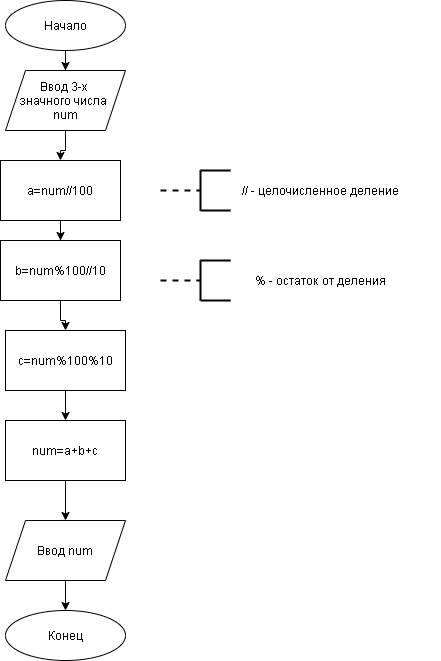
This is lesson_1/task_1.png from GDI19/algorithms_py, a draw.io export, as it was before one commit. Source tidied: cells renumbered, new cells last; positions are measured from the earlier drawing's top-left corner, leaving out a move shared by most shapes. The source it was exported from:
```xml
<mxGraphModel>
  <root>
    <mxCell id="0" />
    <mxCell id="1" parent="0" />
    <mxCell id="2" style="group;" parent="1" vertex="1">
      <mxGeometry x="5" width="120" height="50" as="geometry" />
    </mxCell>
    <mxCell id="3" style="ellipse;whiteSpace=wrap;html=1;" parent="2" vertex="1">
      <mxGeometry width="120" height="50" as="geometry" />
    </mxCell>
    <mxCell id="4" value="Начало" style="text;html=1;strokeColor=none;fillColor=none;align=center;verticalAlign=middle;whiteSpace=wrap;rounded=0;" parent="2" vertex="1">
      <mxGeometry width="120" height="50" as="geometry" />
    </mxCell>
    <mxCell id="5" style="group;" parent="1" vertex="1">
      <mxGeometry y="70" width="130" height="60" as="geometry" />
    </mxCell>
    <mxCell id="6" style="shape=parallelogram;perimeter=parallelogramPerimeter;whiteSpace=wrap;html=1;fixedSize=1;" parent="5" vertex="1">
      <mxGeometry x="5" width="120" height="60" as="geometry" />
    </mxCell>
    <mxCell id="7" value="Ввод 3-х &lt;br&gt;значного числа &lt;br&gt;num" style="text;html=1;strokeColor=none;fillColor=none;align=center;verticalAlign=middle;whiteSpace=wrap;rounded=0;" parent="5" vertex="1">
      <mxGeometry width="130" height="60" as="geometry" />
    </mxCell>
    <mxCell id="8" style="group;" parent="1" vertex="1">
      <mxGeometry y="160" width="120" height="60" as="geometry" />
    </mxCell>
    <mxCell id="9" style="rounded=0;whiteSpace=wrap;html=1;" parent="8" vertex="1">
      <mxGeometry width="120" height="60" as="geometry" />
    </mxCell>
    <mxCell id="10" value="a=num//100" style="text;html=1;strokeColor=none;fillColor=none;align=center;verticalAlign=middle;whiteSpace=wrap;rounded=0;" parent="8" vertex="1">
      <mxGeometry width="120" height="60" as="geometry" />
    </mxCell>
    <mxCell id="11" style="group;" parent="1" vertex="1">
      <mxGeometry y="240" width="120" height="60" as="geometry" />
    </mxCell>
    <mxCell id="12" style="rounded=0;whiteSpace=wrap;html=1;" parent="11" vertex="1">
      <mxGeometry width="120" height="60" as="geometry" />
    </mxCell>
    <mxCell id="13" value="b=num%100//10" style="text;html=1;strokeColor=none;fillColor=none;align=center;verticalAlign=middle;whiteSpace=wrap;rounded=0;" parent="11" vertex="1">
      <mxGeometry width="120" height="60" as="geometry" />
    </mxCell>
    <mxCell id="14" style="group;" parent="1" vertex="1">
      <mxGeometry x="160" y="170" width="280" height="40" as="geometry" />
    </mxCell>
    <mxCell id="15" style="group;" parent="14" vertex="1">
      <mxGeometry width="70" height="40" as="geometry" />
    </mxCell>
    <mxCell id="16" style="group;strokeWidth=2;" parent="15" vertex="1">
      <mxGeometry x="40" width="30" height="40" as="geometry" />
    </mxCell>
    <mxCell id="17" style="endArrow=none;html=1;strokeWidth=2;" parent="16" edge="1">
      <mxGeometry relative="1" as="geometry">
        <mxPoint y="40" as="sourcePoint" />
        <mxPoint as="targetPoint" />
      </mxGeometry>
    </mxCell>
    <mxCell id="18" style="endArrow=none;html=1;strokeWidth=2;" parent="16" edge="1">
      <mxGeometry relative="1" as="geometry">
        <mxPoint y="40" as="sourcePoint" />
        <mxPoint x="30" y="40" as="targetPoint" />
      </mxGeometry>
    </mxCell>
    <mxCell id="19" style="endArrow=none;html=1;strokeWidth=2;" parent="16" edge="1">
      <mxGeometry relative="1" as="geometry">
        <mxPoint as="sourcePoint" />
        <mxPoint x="30" as="targetPoint" />
      </mxGeometry>
    </mxCell>
    <mxCell id="20" style="endArrow=none;dashed=1;html=1;strokeWidth=2;" parent="15" edge="1">
      <mxGeometry relative="1" as="geometry">
        <mxPoint y="20" as="sourcePoint" />
        <mxPoint x="40" y="20" as="targetPoint" />
      </mxGeometry>
    </mxCell>
    <mxCell id="21" value="// - целочисленное деление" style="text;html=1;strokeColor=none;fillColor=none;align=center;verticalAlign=middle;whiteSpace=wrap;rounded=0;" parent="14" vertex="1">
      <mxGeometry x="40" width="240" height="40" as="geometry" />
    </mxCell>
    <mxCell id="22" style="group;" parent="1" vertex="1">
      <mxGeometry x="160" y="260" width="280" height="40" as="geometry" />
    </mxCell>
    <mxCell id="23" style="group;" parent="22" vertex="1">
      <mxGeometry width="70" height="40" as="geometry" />
    </mxCell>
    <mxCell id="24" style="group;strokeWidth=2;" parent="23" vertex="1">
      <mxGeometry x="40" width="30" height="40" as="geometry" />
    </mxCell>
    <mxCell id="25" style="endArrow=none;html=1;strokeWidth=2;" parent="24" edge="1">
      <mxGeometry relative="1" as="geometry">
        <mxPoint y="40" as="sourcePoint" />
        <mxPoint as="targetPoint" />
      </mxGeometry>
    </mxCell>
    <mxCell id="26" style="endArrow=none;html=1;strokeWidth=2;" parent="24" edge="1">
      <mxGeometry relative="1" as="geometry">
        <mxPoint y="40" as="sourcePoint" />
        <mxPoint x="30" y="40" as="targetPoint" />
      </mxGeometry>
    </mxCell>
    <mxCell id="27" style="endArrow=none;html=1;strokeWidth=2;" parent="24" edge="1">
      <mxGeometry relative="1" as="geometry">
        <mxPoint as="sourcePoint" />
        <mxPoint x="30" as="targetPoint" />
      </mxGeometry>
    </mxCell>
    <mxCell id="28" style="endArrow=none;dashed=1;html=1;strokeWidth=2;" parent="23" edge="1">
      <mxGeometry relative="1" as="geometry">
        <mxPoint y="20" as="sourcePoint" />
        <mxPoint x="40" y="20" as="targetPoint" />
      </mxGeometry>
    </mxCell>
    <mxCell id="29" value="% - остаток от деления" style="text;html=1;strokeColor=none;fillColor=none;align=center;verticalAlign=middle;whiteSpace=wrap;rounded=0;" parent="22" vertex="1">
      <mxGeometry x="40" width="240" height="40" as="geometry" />
    </mxCell>
    <mxCell id="30" style="group;" parent="1" vertex="1">
      <mxGeometry x="5" y="330" width="120" height="60" as="geometry" />
    </mxCell>
    <mxCell id="31" style="rounded=0;whiteSpace=wrap;html=1;" parent="30" vertex="1">
      <mxGeometry width="120" height="60" as="geometry" />
    </mxCell>
    <mxCell id="32" value="с=num%100%10" style="text;html=1;strokeColor=none;fillColor=none;align=center;verticalAlign=middle;whiteSpace=wrap;rounded=0;" parent="30" vertex="1">
      <mxGeometry width="120" height="60" as="geometry" />
    </mxCell>
    <mxCell id="33" style="group;" parent="1" vertex="1">
      <mxGeometry x="5" y="420" width="120" height="60" as="geometry" />
    </mxCell>
    <mxCell id="34" style="rounded=0;whiteSpace=wrap;html=1;" parent="33" vertex="1">
      <mxGeometry width="120" height="60" as="geometry" />
    </mxCell>
    <mxCell id="35" value="num=a+b+c" style="text;html=1;strokeColor=none;fillColor=none;align=center;verticalAlign=middle;whiteSpace=wrap;rounded=0;" parent="33" vertex="1">
      <mxGeometry width="120" height="60" as="geometry" />
    </mxCell>
    <mxCell id="36" style="group;" parent="1" vertex="1">
      <mxGeometry y="520" width="130" height="60" as="geometry" />
    </mxCell>
    <mxCell id="37" style="shape=parallelogram;perimeter=parallelogramPerimeter;whiteSpace=wrap;html=1;fixedSize=1;" parent="36" vertex="1">
      <mxGeometry x="5" width="120" height="60" as="geometry" />
    </mxCell>
    <mxCell id="38" value="Ввод num" style="text;html=1;strokeColor=none;fillColor=none;align=center;verticalAlign=middle;whiteSpace=wrap;rounded=0;" parent="36" vertex="1">
      <mxGeometry width="130" height="60" as="geometry" />
    </mxCell>
    <mxCell id="39" style="group;" parent="1" vertex="1">
      <mxGeometry x="5" y="610" width="120" height="50" as="geometry" />
    </mxCell>
    <mxCell id="40" style="ellipse;whiteSpace=wrap;html=1;" parent="39" vertex="1">
      <mxGeometry width="120" height="50" as="geometry" />
    </mxCell>
    <mxCell id="41" value="Конец" style="text;html=1;strokeColor=none;fillColor=none;align=center;verticalAlign=middle;whiteSpace=wrap;rounded=0;" parent="39" vertex="1">
      <mxGeometry width="120" height="50" as="geometry" />
    </mxCell>
    <mxCell id="42" style="edgeStyle=orthogonalEdgeStyle;rounded=0;jettySize=auto;html=1;" parent="1" edge="1" source="4" target="7">
      <mxGeometry relative="1" as="geometry" />
    </mxCell>
    <mxCell id="43" style="edgeStyle=orthogonalEdgeStyle;rounded=0;jettySize=auto;html=1;entryX=0.5;entryY=0;entryDx=0;entryDy=0;" parent="1" edge="1" source="7" target="10">
      <mxGeometry relative="1" as="geometry" />
    </mxCell>
    <mxCell id="44" style="edgeStyle=orthogonalEdgeStyle;rounded=0;jettySize=auto;html=1;" parent="1" edge="1" source="10" target="13">
      <mxGeometry relative="1" as="geometry" />
    </mxCell>
    <mxCell id="45" style="edgeStyle=orthogonalEdgeStyle;rounded=0;jettySize=auto;html=1;" parent="1" edge="1" source="32" target="35">
      <mxGeometry relative="1" as="geometry" />
    </mxCell>
    <mxCell id="46" style="edgeStyle=orthogonalEdgeStyle;rounded=0;jettySize=auto;html=1;entryX=0.5;entryY=0;entryDx=0;entryDy=0;" parent="1" edge="1" source="13" target="32">
      <mxGeometry relative="1" as="geometry" />
    </mxCell>
    <mxCell id="47" style="edgeStyle=orthogonalEdgeStyle;rounded=0;jettySize=auto;html=1;entryX=0.5;entryY=0;entryDx=0;entryDy=0;" parent="1" edge="1" source="35" target="38">
      <mxGeometry relative="1" as="geometry" />
    </mxCell>
    <mxCell id="48" style="edgeStyle=orthogonalEdgeStyle;rounded=0;jettySize=auto;html=1;entryX=0.5;entryY=0;entryDx=0;entryDy=0;" parent="1" edge="1" source="38" target="41">
      <mxGeometry relative="1" as="geometry" />
    </mxCell>
  </root>
</mxGraphModel>
```
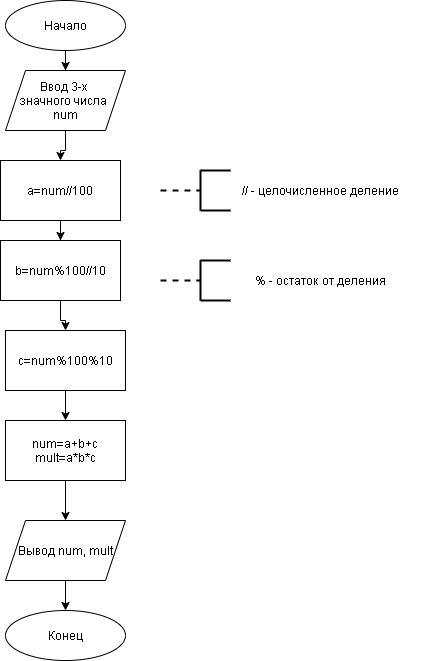
After the commit.

What changed in the source:
```diff
@@ -125,7 +125,7 @@
     <mxCell id="34" style="rounded=0;whiteSpace=wrap;html=1;" parent="33" vertex="1">
       <mxGeometry width="120" height="60" as="geometry" />
     </mxCell>
-    <mxCell id="35" value="num=a+b+c" style="text;html=1;strokeColor=none;fillColor=none;align=center;verticalAlign=middle;whiteSpace=wrap;rounded=0;" parent="33" vertex="1">
+    <mxCell id="35" value="num=a+b+c&lt;br&gt;mult=a*b*c" style="text;html=1;strokeColor=none;fillColor=none;align=center;verticalAlign=middle;whiteSpace=wrap;rounded=0;" parent="33" vertex="1">
       <mxGeometry width="120" height="60" as="geometry" />
     </mxCell>
     <mxCell id="36" style="group;" parent="1" vertex="1">
@@ -134,7 +134,7 @@
     <mxCell id="37" style="shape=parallelogram;perimeter=parallelogramPerimeter;whiteSpace=wrap;html=1;fixedSize=1;" parent="36" vertex="1">
       <mxGeometry x="5" width="120" height="60" as="geometry" />
     </mxCell>
-    <mxCell id="38" value="Ввод num" style="text;html=1;strokeColor=none;fillColor=none;align=center;verticalAlign=middle;whiteSpace=wrap;rounded=0;" parent="36" vertex="1">
+    <mxCell id="38" value="Вывод num, mult" style="text;html=1;strokeColor=none;fillColor=none;align=center;verticalAlign=middle;whiteSpace=wrap;rounded=0;" parent="36" vertex="1">
       <mxGeometry width="130" height="60" as="geometry" />
     </mxCell>
     <mxCell id="39" style="group;" parent="1" vertex="1">
```
